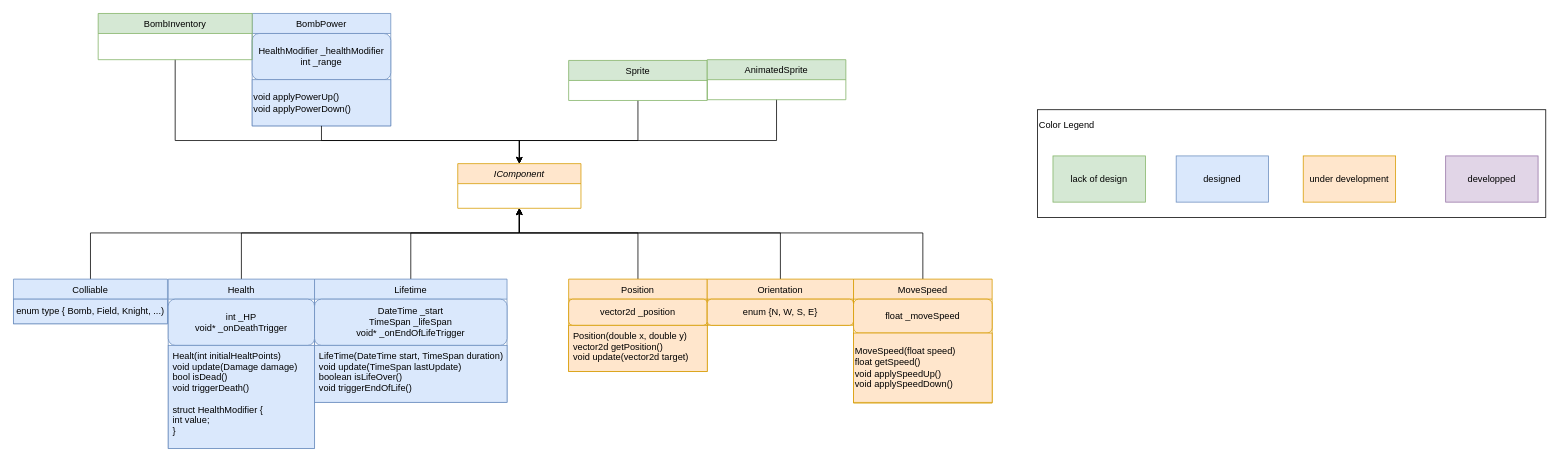
The draw.io diagram page "Components" (2 of 5) of doc/UMLGeneralFramework.drawio in Kragoum/BomberKnight, before the edit. Source tidied: cells renumbered, new cells numbered last; positions are measured from the earlier drawing's top-left corner, leaving out a move shared by most shapes. Both pictures are drawn from the tidied source at 77%, with x=0, y=0 at pixel (13, 13).
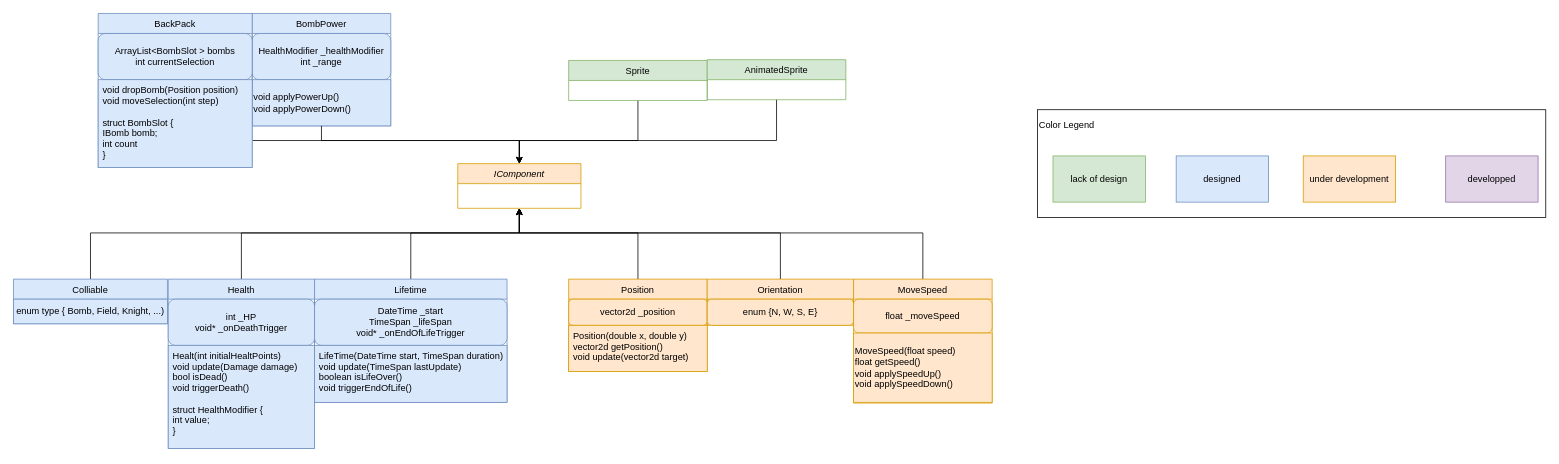
The same diagram, later.

Commit message (it also covers changes not shown here):
doc(UML): design of backpack

Change to the diagram source:
```diff
@@
-    <mxCell id="39" value="BombInventory" style="swimlane;fontStyle=0;align=center;verticalAlign=top;horizontal=1;startSize=26;rounded=0;shadow=0;strokeWidth=1;fillColor=#d5e8d4;strokeColor=#82b366;" parent="1" vertex="1">
-      <mxGeometry x="110" width="200" height="60" as="geometry" />
+    <mxCell id="39" value="BackPack" style="swimlane;fontStyle=0;align=center;verticalAlign=top;horizontal=1;startSize=26;rounded=0;shadow=0;strokeWidth=1;fillColor=#dae8fc;strokeColor=#6c8ebf;" parent="1" vertex="1">
+      <mxGeometry x="110" width="200" height="200" as="geometry" />
     </mxCell>
+    <mxCell id="41" value="ArrayList&amp;lt;&lt;span style=&quot;text-align: left;&quot;&gt;BombSlot&amp;nbsp;&lt;/span&gt;&amp;gt; bombs&lt;br&gt;int currentSelection" style="rounded=1;whiteSpace=wrap;html=1;labelBackgroundColor=none;fillColor=#dae8fc;strokeColor=#6c8ebf;" parent="39" vertex="1">
+      <mxGeometry y="26" width="200" height="60" as="geometry" />
+    </mxCell>
+    <mxCell id="42" value="void dropBomb(Position position)&#10;void moveSelection(int step)&#10;&#10;struct BombSlot {&#10;IBomb bomb;&#10;int count&#10;}" style="text;align=left;verticalAlign=top;spacingLeft=4;spacingRight=4;overflow=hidden;rounded=0;shadow=0;html=0;fillColor=#dae8fc;strokeColor=#6c8ebf;" parent="39" vertex="1">
+      <mxGeometry y="86" width="200" height="114" as="geometry" />
+    </mxCell>
```
